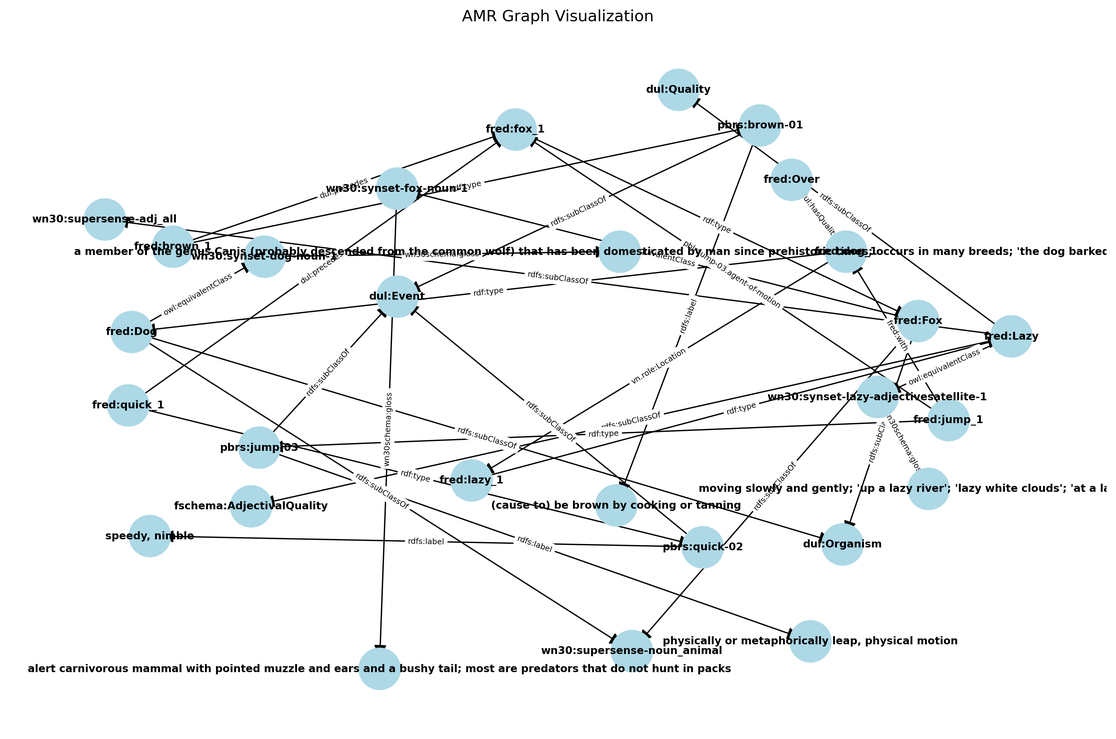
Earlier version of the Graphviz export examples/check.png (infovillasimius/py_amr2fred). Its source is kept beside it as examples/check.dot.
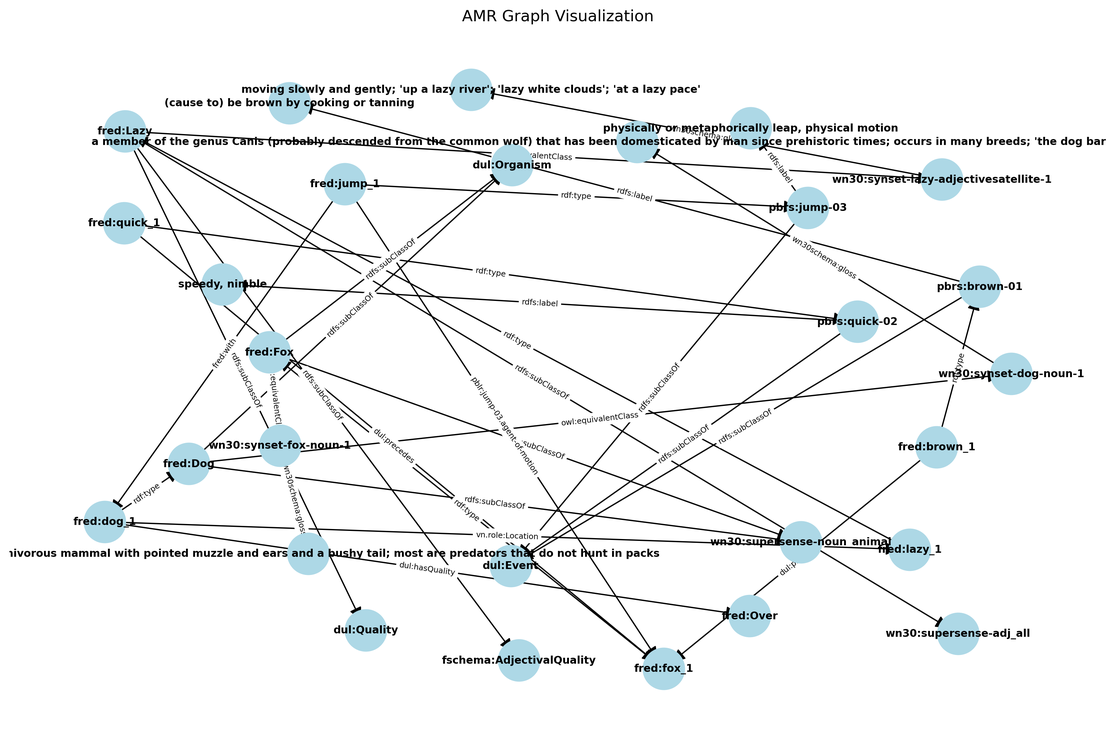
The same diagram one commit later.

Commit message:
decoupled amr from fred parsing

The edit, as a diff of the source:
```diff
@@ -1,94 +1,94 @@
-digraph {\n charset="utf-8" \n"fred:lazy_1" [label="fred:lazy_1", shape=box, color="0.5 0.3 0.5"];
+digraph {\n charset="utf-8" \n"fred:Dog" [label="fred:Dog", shape=box, color="0.5 0.3 0.5"];
+"wn30:synset-dog-noun-1" [label="wn30:synset-dog-noun-1", shape=box, color="1.0 0.3 0.7"];
+"fred:Dog" -> "wn30:synset-dog-noun-1" [label="owl:equivalentClass"];
+"fred:lazy_1" [label="fred:lazy_1", shape=box, color="0.5 0.3 0.5"];
 "fred:Lazy" [label="fred:Lazy", shape=box, color="0.5 0.3 0.5"];
 "fred:lazy_1" -> "fred:Lazy" [label="rdf:type"];
-"fred:jump_1" [label="fred:jump_1", shape=box, color="0.5 0.3 0.5"];
-"pbrs:jump-03" [label="pbrs:jump-03", shape=box, color="1.0 0.3 0.7"];
-"fred:jump_1" -> "pbrs:jump-03" [label="rdf:type"];
-"fred:Lazy" [label="fred:Lazy", shape=box, color="0.5 0.3 0.5"];
-"wn30:supersense-adj_all" [label="wn30:supersense-adj_all", shape=box, color="1.0 0.3 0.7"];
-"fred:Lazy" -> "wn30:supersense-adj_all" [label="rdfs:subClassOf"];
-"fred:Fox" [label="fred:Fox", shape=box, color="0.5 0.3 0.5"];
-"wn30:supersense-noun_animal" [label="wn30:supersense-noun_animal", shape=box, color="1.0 0.3 0.7"];
-"fred:Fox" -> "wn30:supersense-noun_animal" [label="rdfs:subClassOf"];
 "fred:Dog" [label="fred:Dog", shape=box, color="0.5 0.3 0.5"];
-"wn30:supersense-noun_animal" [label="wn30:supersense-noun_animal", shape=box, color="1.0 0.3 0.7"];
-"fred:Dog" -> "wn30:supersense-noun_animal" [label="rdfs:subClassOf"];
+"dul:Organism" [label="dul:Organism", shape=box, color="1.0 0.3 0.7"];
+"fred:Dog" -> "dul:Organism" [label="rdfs:subClassOf"];
+"fred:brown_1" [label="fred:brown_1", shape=box, color="0.5 0.3 0.5"];
+"pbrs:brown-01" [label="pbrs:brown-01", shape=box, color="1.0 0.3 0.7"];
+"fred:brown_1" -> "pbrs:brown-01" [label="rdf:type"];
 "pbrs:quick-02" [label="pbrs:quick-02", shape=box, color="1.0 0.3 0.7"];
 "speedy, nimble" [label="speedy, nimble", shape=box, color="1.0 0.3 0.7"];
 "pbrs:quick-02" -> "speedy, nimble" [label="rdfs:label"];
-"fred:dog_1" [label="fred:dog_1", shape=box, color="0.5 0.3 0.5"];
-"fred:lazy_1" [label="fred:lazy_1", shape=box, color="0.5 0.3 0.5"];
-"fred:dog_1" -> "fred:lazy_1" [label="vn.role:Location"];
-"fred:Fox" [label="fred:Fox", shape=box, color="0.5 0.3 0.5"];
-"dul:Organism" [label="dul:Organism", shape=box, color="1.0 0.3 0.7"];
-"fred:Fox" -> "dul:Organism" [label="rdfs:subClassOf"];
+"fred:quick_1" [label="fred:quick_1", shape=box, color="0.5 0.3 0.5"];
 "pbrs:quick-02" [label="pbrs:quick-02", shape=box, color="1.0 0.3 0.7"];
-"dul:Event" [label="dul:Event", shape=box, color="1.0 0.3 0.7"];
-"pbrs:quick-02" -> "dul:Event" [label="rdfs:subClassOf"];
-"fred:dog_1" [label="fred:dog_1", shape=box, color="0.5 0.3 0.5"];
-"fred:Over" [label="fred:Over", shape=box, color="0.5 0.3 0.5"];
-"fred:dog_1" -> "fred:Over" [label="dul:hasQuality"];
-"wn30:synset-fox-noun-1" [label="wn30:synset-fox-noun-1", shape=box, color="1.0 0.3 0.7"];
-"alert carnivorous mammal with pointed muzzle and ears and a bushy tail; most are predators that do not hunt in packs" [label="alert carnivorous mammal with pointed muzzle and ears and a bushy tail; most are predators that do not hunt in packs", shape=box, color="1.0 0.3 0.7"];
-"wn30:synset-fox-noun-1" -> "alert carnivorous mammal with pointed muzzle and ears and a bushy tail; most are predators that do not hunt in packs" [label="wn30schema:gloss"];
-"fred:Dog" [label="fred:Dog", shape=box, color="0.5 0.3 0.5"];
-"dul:Organism" [label="dul:Organism", shape=box, color="1.0 0.3 0.7"];
-"fred:Dog" -> "dul:Organism" [label="rdfs:subClassOf"];
-"fred:dog_1" [label="fred:dog_1", shape=box, color="0.5 0.3 0.5"];
-"fred:Dog" [label="fred:Dog", shape=box, color="0.5 0.3 0.5"];
-"fred:dog_1" -> "fred:Dog" [label="rdf:type"];
-"wn30:synset-lazy-adjectivesatellite-1" [label="wn30:synset-lazy-adjectivesatellite-1", shape=box, color="1.0 0.3 0.7"];
-"moving slowly and gently; 'up a lazy river'; 'lazy white clouds'; 'at a lazy pace'" [label="moving slowly and gently; 'up a lazy river'; 'lazy white clouds'; 'at a lazy pace'", shape=box, color="1.0 0.3 0.7"];
-"wn30:synset-lazy-adjectivesatellite-1" -> "moving slowly and gently; 'up a lazy river'; 'lazy white clouds'; 'at a lazy pace'" [label="wn30schema:gloss"];
-"pbrs:jump-03" [label="pbrs:jump-03", shape=box, color="1.0 0.3 0.7"];
-"dul:Event" [label="dul:Event", shape=box, color="1.0 0.3 0.7"];
-"pbrs:jump-03" -> "dul:Event" [label="rdfs:subClassOf"];
-"fred:Fox" [label="fred:Fox", shape=box, color="0.5 0.3 0.5"];
-"wn30:synset-fox-noun-1" [label="wn30:synset-fox-noun-1", shape=box, color="1.0 0.3 0.7"];
-"fred:Fox" -> "wn30:synset-fox-noun-1" [label="owl:equivalentClass"];
-"fred:jump_1" [label="fred:jump_1", shape=box, color="0.5 0.3 0.5"];
-"fred:dog_1" [label="fred:dog_1", shape=box, color="0.5 0.3 0.5"];
-"fred:jump_1" -> "fred:dog_1" [label="fred:with"];
-"fred:Lazy" [label="fred:Lazy", shape=box, color="0.5 0.3 0.5"];
-"fschema:AdjectivalQuality" [label="fschema:AdjectivalQuality", shape=box, color="1.0 0.3 0.7"];
-"fred:Lazy" -> "fschema:AdjectivalQuality" [label="rdfs:subClassOf"];
-"pbrs:brown-01" [label="pbrs:brown-01", shape=box, color="1.0 0.3 0.7"];
-"(cause to) be brown by cooking or tanning" [label="(cause to) be brown by cooking or tanning", shape=box, color="1.0 0.3 0.7"];
-"pbrs:brown-01" -> "(cause to) be brown by cooking or tanning" [label="rdfs:label"];
-"fred:Lazy" [label="fred:Lazy", shape=box, color="0.5 0.3 0.5"];
-"wn30:synset-lazy-adjectivesatellite-1" [label="wn30:synset-lazy-adjectivesatellite-1", shape=box, color="1.0 0.3 0.7"];
-"fred:Lazy" -> "wn30:synset-lazy-adjectivesatellite-1" [label="owl:equivalentClass"];
-"pbrs:brown-01" [label="pbrs:brown-01", shape=box, color="1.0 0.3 0.7"];
-"dul:Event" [label="dul:Event", shape=box, color="1.0 0.3 0.7"];
-"pbrs:brown-01" -> "dul:Event" [label="rdfs:subClassOf"];
-"fred:quick_1" [label="fred:quick_1", shape=box, color="0.5 0.3 0.5"];
-"fred:fox_1" [label="fred:fox_1", shape=box, color="0.5 0.3 0.5"];
-"fred:quick_1" -> "fred:fox_1" [label="dul:precedes"];
+"fred:quick_1" -> "pbrs:quick-02" [label="rdf:type"];
 "fred:brown_1" [label="fred:brown_1", shape=box, color="0.5 0.3 0.5"];
 "fred:fox_1" [label="fred:fox_1", shape=box, color="0.5 0.3 0.5"];
 "fred:brown_1" -> "fred:fox_1" [label="dul:precedes"];
 "fred:Lazy" [label="fred:Lazy", shape=box, color="0.5 0.3 0.5"];
-"dul:Quality" [label="dul:Quality", shape=box, color="1.0 0.3 0.7"];
-"fred:Lazy" -> "dul:Quality" [label="rdfs:subClassOf"];
-"fred:quick_1" [label="fred:quick_1", shape=box, color="0.5 0.3 0.5"];
-"pbrs:quick-02" [label="pbrs:quick-02", shape=box, color="1.0 0.3 0.7"];
-"fred:quick_1" -> "pbrs:quick-02" [label="rdf:type"];
+"wn30:supersense-adj_all" [label="wn30:supersense-adj_all", shape=box, color="1.0 0.3 0.7"];
+"fred:Lazy" -> "wn30:supersense-adj_all" [label="rdfs:subClassOf"];
+"pbrs:jump-03" [label="pbrs:jump-03", shape=box, color="1.0 0.3 0.7"];
+"dul:Event" [label="dul:Event", shape=box, color="1.0 0.3 0.7"];
+"pbrs:jump-03" -> "dul:Event" [label="rdfs:subClassOf"];
+"pbrs:brown-01" [label="pbrs:brown-01", shape=box, color="1.0 0.3 0.7"];
+"(cause to) be brown by cooking or tanning" [label="(cause to) be brown by cooking or tanning", shape=box, color="1.0 0.3 0.7"];
+"pbrs:brown-01" -> "(cause to) be brown by cooking or tanning" [label="rdfs:label"];
+"fred:Fox" [label="fred:Fox", shape=box, color="0.5 0.3 0.5"];
+"dul:Organism" [label="dul:Organism", shape=box, color="1.0 0.3 0.7"];
+"fred:Fox" -> "dul:Organism" [label="rdfs:subClassOf"];
+"fred:Fox" [label="fred:Fox", shape=box, color="0.5 0.3 0.5"];
+"wn30:synset-fox-noun-1" [label="wn30:synset-fox-noun-1", shape=box, color="1.0 0.3 0.7"];
+"fred:Fox" -> "wn30:synset-fox-noun-1" [label="owl:equivalentClass"];
 "pbrs:jump-03" [label="pbrs:jump-03", shape=box, color="1.0 0.3 0.7"];
 "physically or metaphorically leap, physical motion" [label="physically or metaphorically leap, physical motion", shape=box, color="1.0 0.3 0.7"];
 "pbrs:jump-03" -> "physically or metaphorically leap, physical motion" [label="rdfs:label"];
+"fred:dog_1" [label="fred:dog_1", shape=box, color="0.5 0.3 0.5"];
+"fred:lazy_1" [label="fred:lazy_1", shape=box, color="0.5 0.3 0.5"];
+"fred:dog_1" -> "fred:lazy_1" [label="vn.role:Location"];
+"fred:Lazy" [label="fred:Lazy", shape=box, color="0.5 0.3 0.5"];
+"wn30:synset-lazy-adjectivesatellite-1" [label="wn30:synset-lazy-adjectivesatellite-1", shape=box, color="1.0 0.3 0.7"];
+"fred:Lazy" -> "wn30:synset-lazy-adjectivesatellite-1" [label="owl:equivalentClass"];
 "wn30:synset-dog-noun-1" [label="wn30:synset-dog-noun-1", shape=box, color="1.0 0.3 0.7"];
 "a member of the genus Canis (probably descended from the common wolf) that has been domesticated by man since prehistoric times; occurs in many breeds; 'the dog barked all night'" [label="a member of the genus Canis (probably descended from the common wolf) that has been domesticated by man since prehistoric times; occurs in many breeds; 'the dog barked all night'", shape=box, color="1.0 0.3 0.7"];
 "wn30:synset-dog-noun-1" -> "a member of the genus Canis (probably descended from the common wolf) that has been domesticated by man since prehistoric times; occurs in many breeds; 'the dog barked all night'" [label="wn30schema:gloss"];
+"pbrs:brown-01" [label="pbrs:brown-01", shape=box, color="1.0 0.3 0.7"];
+"dul:Event" [label="dul:Event", shape=box, color="1.0 0.3 0.7"];
+"pbrs:brown-01" -> "dul:Event" [label="rdfs:subClassOf"];
+"fred:Lazy" [label="fred:Lazy", shape=box, color="0.5 0.3 0.5"];
+"fschema:AdjectivalQuality" [label="fschema:AdjectivalQuality", shape=box, color="1.0 0.3 0.7"];
+"fred:Lazy" -> "fschema:AdjectivalQuality" [label="rdfs:subClassOf"];
+"fred:fox_1" [label="fred:fox_1", shape=box, color="0.5 0.3 0.5"];
+"fred:Fox" [label="fred:Fox", shape=box, color="0.5 0.3 0.5"];
+"fred:fox_1" -> "fred:Fox" [label="rdf:type"];
 "fred:jump_1" [label="fred:jump_1", shape=box, color="0.5 0.3 0.5"];
 "fred:fox_1" [label="fred:fox_1", shape=box, color="0.5 0.3 0.5"];
 "fred:jump_1" -> "fred:fox_1" [label="pblr:jump-03.agent-of-motion"];
+"pbrs:quick-02" [label="pbrs:quick-02", shape=box, color="1.0 0.3 0.7"];
+"dul:Event" [label="dul:Event", shape=box, color="1.0 0.3 0.7"];
+"pbrs:quick-02" -> "dul:Event" [label="rdfs:subClassOf"];
+"wn30:synset-fox-noun-1" [label="wn30:synset-fox-noun-1", shape=box, color="1.0 0.3 0.7"];
+"alert carnivorous mammal with pointed muzzle and ears and a bushy tail; most are predators that do not hunt in packs" [label="alert carnivorous mammal with pointed muzzle and ears and a bushy tail; most are predators that do not hunt in packs", shape=box, color="1.0 0.3 0.7"];
+"wn30:synset-fox-noun-1" -> "alert carnivorous mammal with pointed muzzle and ears and a bushy tail; most are predators that do not hunt in packs" [label="wn30schema:gloss"];
+"fred:jump_1" [label="fred:jump_1", shape=box, color="0.5 0.3 0.5"];
+"fred:dog_1" [label="fred:dog_1", shape=box, color="0.5 0.3 0.5"];
+"fred:jump_1" -> "fred:dog_1" [label="fred:with"];
+"fred:Dog" [label="fred:Dog", shape=box, color="0.5 0.3 0.5"];
+"wn30:supersense-noun_animal" [label="wn30:supersense-noun_animal", shape=box, color="1.0 0.3 0.7"];
+"fred:Dog" -> "wn30:supersense-noun_animal" [label="rdfs:subClassOf"];
+"fred:dog_1" [label="fred:dog_1", shape=box, color="0.5 0.3 0.5"];
+"fred:Over" [label="fred:Over", shape=box, color="0.5 0.3 0.5"];
+"fred:dog_1" -> "fred:Over" [label="dul:hasQuality"];
+"fred:jump_1" [label="fred:jump_1", shape=box, color="0.5 0.3 0.5"];
+"pbrs:jump-03" [label="pbrs:jump-03", shape=box, color="1.0 0.3 0.7"];
+"fred:jump_1" -> "pbrs:jump-03" [label="rdf:type"];
+"fred:dog_1" [label="fred:dog_1", shape=box, color="0.5 0.3 0.5"];
+"fred:Dog" [label="fred:Dog", shape=box, color="0.5 0.3 0.5"];
+"fred:dog_1" -> "fred:Dog" [label="rdf:type"];
+"fred:quick_1" [label="fred:quick_1", shape=box, color="0.5 0.3 0.5"];
 "fred:fox_1" [label="fred:fox_1", shape=box, color="0.5 0.3 0.5"];
+"fred:quick_1" -> "fred:fox_1" [label="dul:precedes"];
+"fred:Lazy" [label="fred:Lazy", shape=box, color="0.5 0.3 0.5"];
+"dul:Quality" [label="dul:Quality", shape=box, color="1.0 0.3 0.7"];
+"fred:Lazy" -> "dul:Quality" [label="rdfs:subClassOf"];
 "fred:Fox" [label="fred:Fox", shape=box, color="0.5 0.3 0.5"];
-"fred:fox_1" -> "fred:Fox" [label="rdf:type"];
-"fred:Dog" [label="fred:Dog", shape=box, color="0.5 0.3 0.5"];
-"wn30:synset-dog-noun-1" [label="wn30:synset-dog-noun-1", shape=box, color="1.0 0.3 0.7"];
-"fred:Dog" -> "wn30:synset-dog-noun-1" [label="owl:equivalentClass"];
-"fred:brown_1" [label="fred:brown_1", shape=box, color="0.5 0.3 0.5"];
-"pbrs:brown-01" [label="pbrs:brown-01", shape=box, color="1.0 0.3 0.7"];
-"fred:brown_1" -> "pbrs:brown-01" [label="rdf:type"];
+"wn30:supersense-noun_animal" [label="wn30:supersense-noun_animal", shape=box, color="1.0 0.3 0.7"];
+"fred:Fox" -> "wn30:supersense-noun_animal" [label="rdfs:subClassOf"];
+"wn30:synset-lazy-adjectivesatellite-1" [label="wn30:synset-lazy-adjectivesatellite-1", shape=box, color="1.0 0.3 0.7"];
+"moving slowly and gently; 'up a lazy river'; 'lazy white clouds'; 'at a lazy pace'" [label="moving slowly and gently; 'up a lazy river'; 'lazy white clouds'; 'at a lazy pace'", shape=box, color="1.0 0.3 0.7"];
+"wn30:synset-lazy-adjectivesatellite-1" -> "moving slowly and gently; 'up a lazy river'; 'lazy white clouds'; 'at a lazy pace'" [label="wn30schema:gloss"];
 }
```
